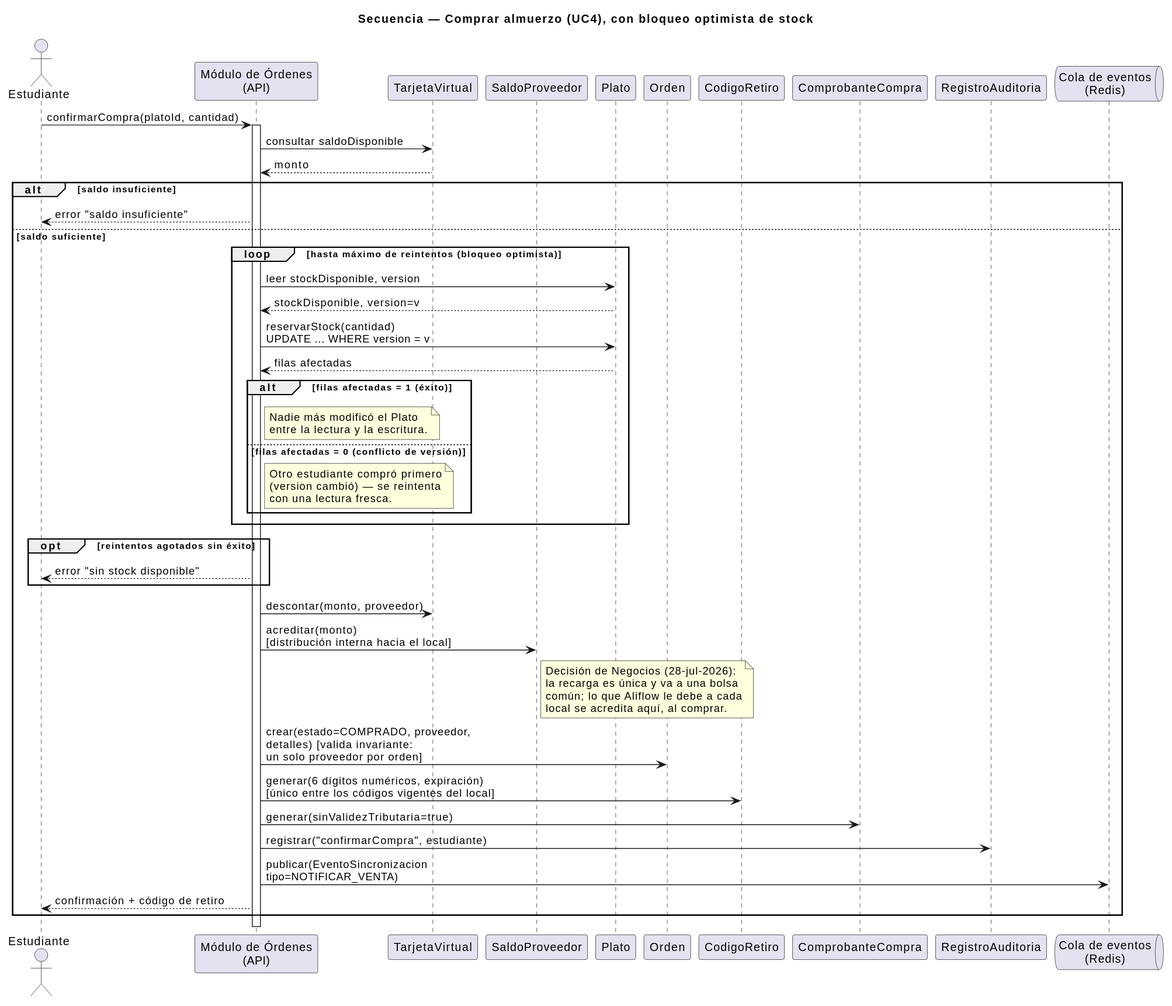
Jesus-JB/aliflow keeps this PlantUML diagram as Entregables/uml/secuencia-compra-almuerzo.svg. Above is the earlier version.
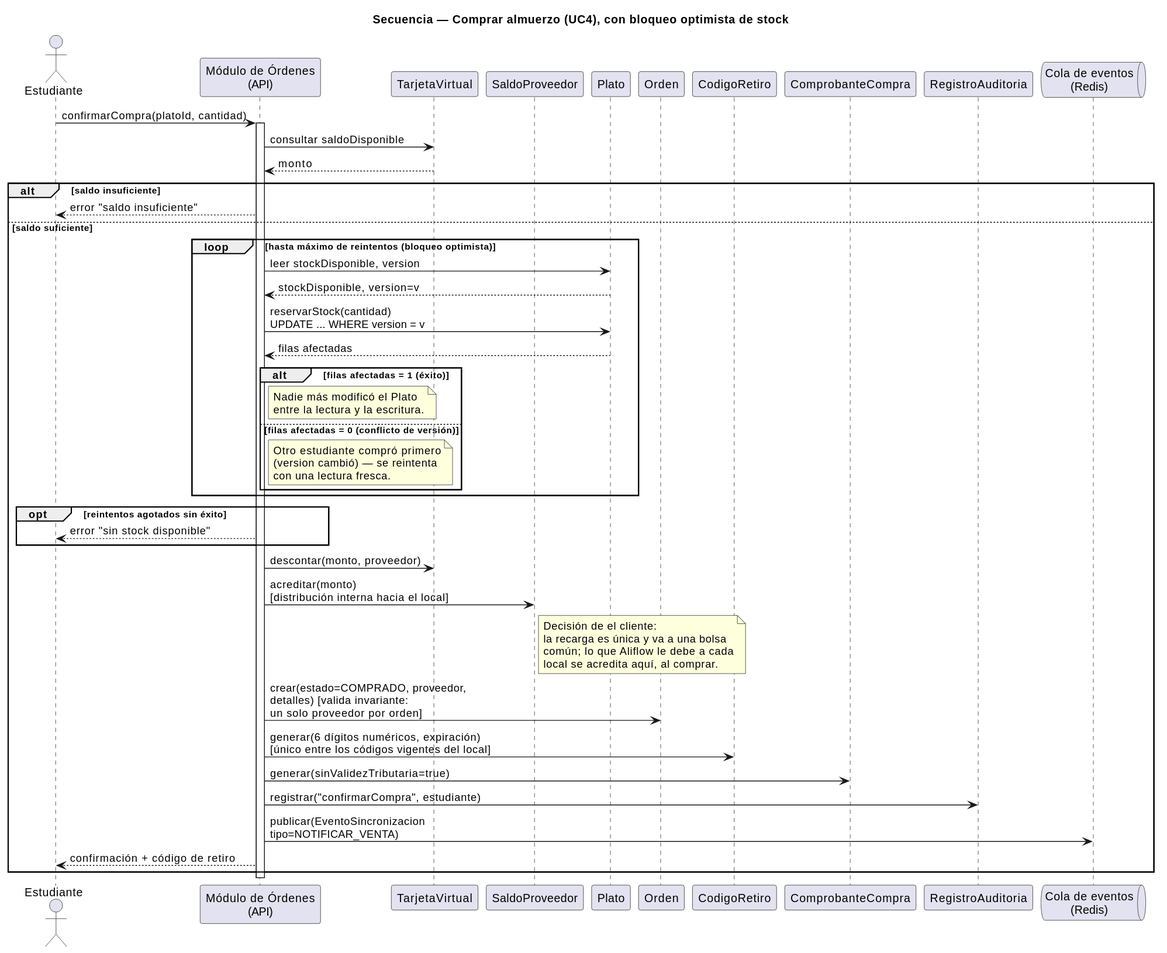
After the commit.

Diff of the diagram source:
```diff
@@ -47,7 +47,7 @@
   API -> Tarjeta : descontar(monto, proveedor)
   API -> Saldo : acreditar(monto)\n[distribución interna hacia el local]
   note right of Saldo
-    Decisión de Negocios (28-jul-2026):
+    Decisión de el cliente:
     la recarga es única y va a una bolsa
     común; lo que Aliflow le debe a cada
     local se acredita aquí, al comprar.
```
